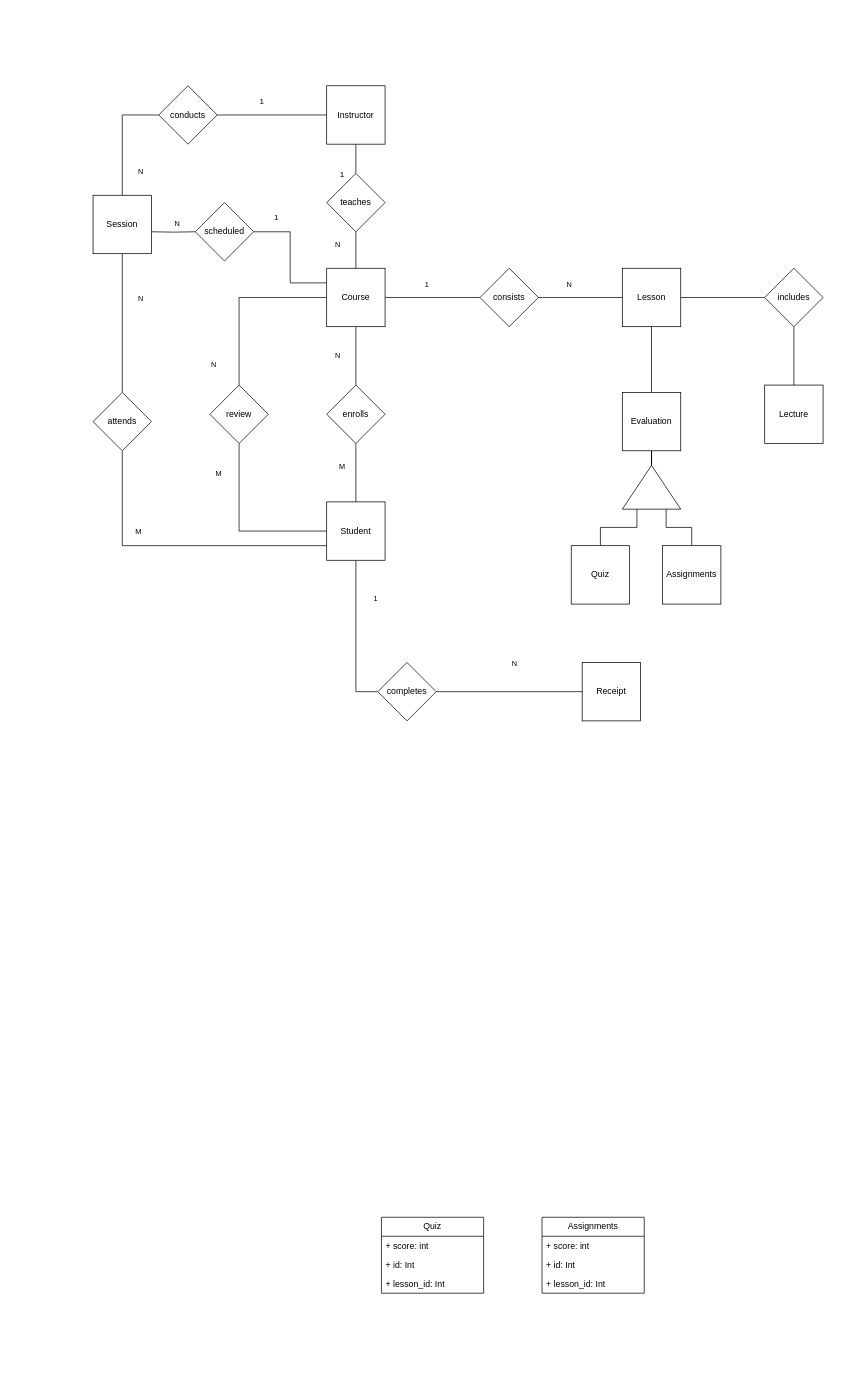
Above: ER.drawio in charisvt/edulink (draw.io), before the change. Source tidied: cells renumbered, new cells numbered last; positions are measured from the earlier drawing's top-left corner, leaving out a move shared by most shapes. Both pictures are drawn from the tidied source at 73%, with x=0, y=0 at pixel (93, 12).
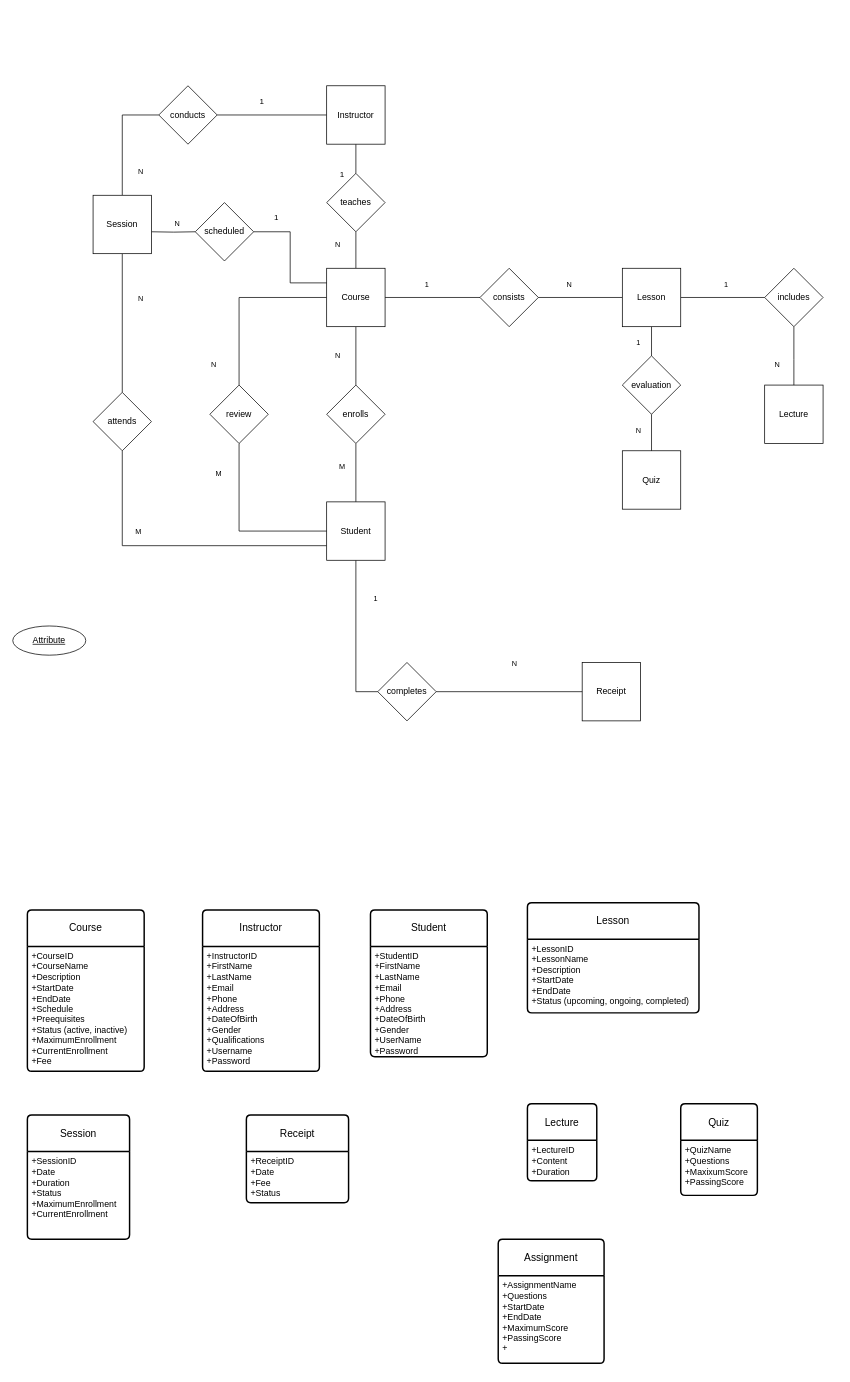
The same page after the edit.

Unchanged cells that the change refers to:
```xml
<mxCell id="13" value="Lesson" style="whiteSpace=wrap;html=1;" parent="1" vertex="1">
  <mxGeometry x="725" y="350" width="80" height="80" as="geometry" />
</mxCell>
```

The edit, as a diff of the source:
```diff
@@
+    <mxCell id="68" style="edgeStyle=orthogonalEdgeStyle;rounded=0;jettySize=auto;html=1;endArrow=none;endFill=0;" parent="1" edge="1" source="13" target="99">
+      <mxGeometry relative="1" as="geometry" />
+    </mxCell>
@@
-    <mxCell id="28" value="Quiz" style="swimlane;fontStyle=0;horizontal=1;startSize=26;fillColor=none;whiteSpace=wrap;html=1;" parent="1" vertex="1">
-      <mxGeometry x="395" y="1650" width="140" height="104" as="geometry" />
-    </mxCell>
-    <mxCell id="29" value="+ score: int" style="text;strokeColor=none;fillColor=none;align=left;verticalAlign=top;spacingLeft=4;spacingRight=4;overflow=hidden;whiteSpace=wrap;html=1;" parent="28" vertex="1">
-      <mxGeometry y="26" width="140" height="26" as="geometry" />
-    </mxCell>
-    <mxCell id="30" value="+ id: Int" style="text;strokeColor=none;fillColor=none;align=left;verticalAlign=top;spacingLeft=4;spacingRight=4;overflow=hidden;whiteSpace=wrap;html=1;" parent="28" vertex="1">
-      <mxGeometry y="52" width="140" height="26" as="geometry" />
-    </mxCell>
-    <mxCell id="31" value="+ lesson_id: Int" style="text;strokeColor=none;fillColor=none;align=left;verticalAlign=top;spacingLeft=4;spacingRight=4;overflow=hidden;whiteSpace=wrap;html=1;" parent="28" vertex="1">
-      <mxGeometry y="78" width="140" height="26" as="geometry" />
-    </mxCell>
-    <mxCell id="32" value="Assignments" style="swimlane;fontStyle=0;horizontal=1;startSize=26;fillColor=none;whiteSpace=wrap;html=1;" parent="1" vertex="1">
-      <mxGeometry x="615" y="1650" width="140" height="104" as="geometry" />
-    </mxCell>
-    <mxCell id="33" value="+ score: int" style="text;strokeColor=none;fillColor=none;align=left;verticalAlign=top;spacingLeft=4;spacingRight=4;overflow=hidden;whiteSpace=wrap;html=1;" parent="32" vertex="1">
-      <mxGeometry y="26" width="140" height="26" as="geometry" />
-    </mxCell>
-    <mxCell id="34" value="+ id: Int" style="text;strokeColor=none;fillColor=none;align=left;verticalAlign=top;spacingLeft=4;spacingRight=4;overflow=hidden;whiteSpace=wrap;html=1;" parent="32" vertex="1">
-      <mxGeometry y="52" width="140" height="26" as="geometry" />
-    </mxCell>
-    <mxCell id="35" value="+ lesson_id: Int" style="text;strokeColor=none;fillColor=none;align=left;verticalAlign=top;spacingLeft=4;spacingRight=4;overflow=hidden;whiteSpace=wrap;html=1;" parent="32" vertex="1">
-      <mxGeometry y="78" width="140" height="26" as="geometry" />
-    </mxCell>
@@
-    <mxCell id="45" style="edgeStyle=orthogonalEdgeStyle;rounded=0;jettySize=auto;html=1;exitX=1;exitY=0.5;exitDx=0;exitDy=0;endArrow=none;endFill=0;" parent="1" edge="1" source="46" target="50">
-      <mxGeometry relative="1" as="geometry" />
-    </mxCell>
-    <mxCell id="46" style="triangle;whiteSpace=wrap;html=1;direction=north;" parent="1" vertex="1">
-      <mxGeometry x="725" y="620" width="80" height="60" as="geometry" />
-    </mxCell>
-    <mxCell id="47" style="edgeStyle=orthogonalEdgeStyle;rounded=0;jettySize=auto;html=1;exitX=0;exitY=0.5;exitDx=0;exitDy=0;entryX=0;entryY=0.25;entryDx=0;entryDy=0;endArrow=none;endFill=0;" parent="1" edge="1" source="48" target="46">
-      <mxGeometry relative="1" as="geometry" />
-    </mxCell>
     <mxCell id="48" value="Quiz" style="whiteSpace=wrap;html=1;direction=south;" parent="1" vertex="1">
-      <mxGeometry x="655" y="730" width="80" height="80" as="geometry" />
+      <mxGeometry x="725" y="600" width="80" height="80" as="geometry" />
     </mxCell>
-    <mxCell id="49" style="edgeStyle=orthogonalEdgeStyle;rounded=0;jettySize=auto;html=1;endArrow=none;endFill=0;" parent="1" edge="1" source="50" target="13">
-      <mxGeometry relative="1" as="geometry" />
-    </mxCell>
-    <mxCell id="50" value="Evaluation" style="whiteSpace=wrap;html=1;" parent="1" vertex="1">
-      <mxGeometry x="725" y="520" width="80" height="80" as="geometry" />
-    </mxCell>
@@
-    <mxCell id="65" style="edgeStyle=orthogonalEdgeStyle;rounded=0;jettySize=auto;html=1;exitX=0.5;exitY=0;exitDx=0;exitDy=0;entryX=0;entryY=0.75;entryDx=0;entryDy=0;endArrow=none;endFill=0;" parent="1" edge="1" source="66" target="46">
-      <mxGeometry relative="1" as="geometry" />
-    </mxCell>
-    <mxCell id="66" value="Assignments" style="whiteSpace=wrap;html=1;" parent="1" vertex="1">
-      <mxGeometry x="780" y="730" width="80" height="80" as="geometry" />
-    </mxCell>
@@
+    <mxCell id="69" value="Instructor" style="swimlane;horizontal=1;startSize=50;rounded=1;fontSize=14;fontStyle=0;strokeWidth=2;shadow=0;dashed=0;align=center;arcSize=4;whiteSpace=wrap;html=1;" parent="1" vertex="1">
+      <mxGeometry x="150" y="1229" width="160" height="221" as="geometry" />
+    </mxCell>
+    <mxCell id="70" value="+InstructorID&lt;br&gt;+FirstName&lt;br&gt;+LastName&lt;br&gt;+Email&lt;br&gt;+Phone&lt;br&gt;+Address&lt;br&gt;+DateOfBirth&lt;br&gt;+Gender&lt;br&gt;+Qualifications&lt;br&gt;+Username&lt;br&gt;+Password" style="align=left;strokeColor=none;fillColor=none;spacingLeft=4;fontSize=12;verticalAlign=top;html=1;" parent="69" vertex="1">
+      <mxGeometry y="50" width="160" height="171" as="geometry" />
+    </mxCell>
+    <mxCell id="71" style="edgeStyle=orthogonalEdgeStyle;rounded=0;orthogonalLoop=1;jettySize=auto;html=1;exitX=0.5;exitY=1;exitDx=0;exitDy=0;" parent="69" edge="1" source="70" target="70">
+      <mxGeometry relative="1" as="geometry" />
+    </mxCell>
+    <mxCell id="72" value="Student" style="swimlane;horizontal=1;startSize=50;rounded=1;fontSize=14;fontStyle=0;strokeWidth=2;shadow=0;dashed=0;align=center;arcSize=4;whiteSpace=wrap;html=1;" parent="1" vertex="1">
+      <mxGeometry x="380" y="1229" width="160" height="201" as="geometry" />
+    </mxCell>
+    <mxCell id="73" value="+StudentID&lt;br&gt;+FirstName&lt;br&gt;+LastName&lt;br&gt;+Email&lt;br&gt;+Phone&lt;br&gt;+Address&lt;br&gt;+DateOfBirth&lt;br&gt;+Gender&lt;br&gt;+UserName&lt;br&gt;+Password" style="align=left;strokeColor=none;fillColor=none;spacingLeft=4;fontSize=12;verticalAlign=top;html=1;" parent="72" vertex="1">
+      <mxGeometry y="50" width="160" height="151" as="geometry" />
+    </mxCell>
+    <mxCell id="74" style="edgeStyle=orthogonalEdgeStyle;rounded=0;orthogonalLoop=1;jettySize=auto;html=1;exitX=0.5;exitY=1;exitDx=0;exitDy=0;" parent="72" edge="1" source="73" target="73">
+      <mxGeometry relative="1" as="geometry" />
+    </mxCell>
+    <mxCell id="75" value="Course" style="swimlane;horizontal=1;startSize=50;rounded=1;fontSize=14;fontStyle=0;strokeWidth=2;shadow=0;dashed=0;align=center;arcSize=4;whiteSpace=wrap;html=1;" parent="1" vertex="1">
+      <mxGeometry x="-90" y="1229" width="160" height="221" as="geometry" />
+    </mxCell>
+    <mxCell id="76" value="+CourseID&lt;br&gt;+CourseName&lt;br&gt;+Description&lt;br&gt;+StartDate&lt;br&gt;+EndDate&lt;br&gt;+Schedule&lt;br&gt;+Preequisites&lt;br&gt;+Status (active, inactive)&lt;br&gt;+MaximumEnrollment&lt;br&gt;+CurrentEnrollment&lt;br&gt;+Fee" style="align=left;strokeColor=none;fillColor=none;spacingLeft=4;fontSize=12;verticalAlign=top;html=1;" parent="75" vertex="1">
+      <mxGeometry y="50" width="160" height="171" as="geometry" />
+    </mxCell>
+    <mxCell id="77" style="edgeStyle=orthogonalEdgeStyle;rounded=0;orthogonalLoop=1;jettySize=auto;html=1;exitX=0.5;exitY=1;exitDx=0;exitDy=0;" parent="75" edge="1" source="76" target="76">
+      <mxGeometry relative="1" as="geometry" />
+    </mxCell>
+    <mxCell id="78" value="Attribute" style="ellipse;whiteSpace=wrap;html=1;align=center;fontStyle=4;" parent="1" vertex="1">
+      <mxGeometry x="-110" y="840" width="100" height="40" as="geometry" />
+    </mxCell>
+    <mxCell id="79" value="Lesson" style="swimlane;horizontal=1;startSize=50;rounded=1;fontSize=14;fontStyle=0;strokeWidth=2;shadow=0;dashed=0;align=center;arcSize=4;whiteSpace=wrap;html=1;" parent="1" vertex="1">
+      <mxGeometry x="595" y="1219" width="235" height="151" as="geometry" />
+    </mxCell>
+    <mxCell id="80" value="+LessonID&lt;br&gt;+LessonName&lt;br&gt;+Description&lt;br&gt;+StartDate&lt;br&gt;+EndDate&lt;br&gt;+Status (upcoming, ongoing, completed)" style="align=left;strokeColor=none;fillColor=none;spacingLeft=4;fontSize=12;verticalAlign=top;html=1;" parent="79" vertex="1">
+      <mxGeometry y="50" width="235" height="101" as="geometry" />
+    </mxCell>
+    <mxCell id="81" style="edgeStyle=orthogonalEdgeStyle;rounded=0;orthogonalLoop=1;jettySize=auto;html=1;exitX=0.5;exitY=1;exitDx=0;exitDy=0;" parent="79" edge="1" source="80" target="80">
+      <mxGeometry relative="1" as="geometry" />
+    </mxCell>
+    <mxCell id="82" value="Session" style="swimlane;horizontal=1;startSize=50;rounded=1;fontSize=14;fontStyle=0;strokeWidth=2;shadow=0;dashed=0;align=center;arcSize=4;whiteSpace=wrap;html=1;" parent="1" vertex="1">
+      <mxGeometry x="-90" y="1510" width="140" height="170" as="geometry" />
+    </mxCell>
+    <mxCell id="83" value="+SessionID&lt;br&gt;+Date&lt;br&gt;+Duration&lt;br&gt;+Status&lt;br&gt;+MaximumEnrollment&lt;br style=&quot;border-color: var(--border-color);&quot;&gt;+CurrentEnrollment" style="align=left;strokeColor=none;fillColor=none;spacingLeft=4;fontSize=12;verticalAlign=top;html=1;" parent="82" vertex="1">
+      <mxGeometry y="50" width="140" height="120" as="geometry" />
+    </mxCell>
+    <mxCell id="84" style="edgeStyle=orthogonalEdgeStyle;rounded=0;orthogonalLoop=1;jettySize=auto;html=1;exitX=0.5;exitY=1;exitDx=0;exitDy=0;" parent="82" edge="1" source="83" target="83">
+      <mxGeometry relative="1" as="geometry" />
+    </mxCell>
+    <mxCell id="85" value="Receipt" style="swimlane;horizontal=1;startSize=50;rounded=1;fontSize=14;fontStyle=0;strokeWidth=2;shadow=0;dashed=0;align=center;arcSize=4;whiteSpace=wrap;html=1;" parent="1" vertex="1">
+      <mxGeometry x="210" y="1510" width="140" height="120" as="geometry" />
+    </mxCell>
+    <mxCell id="86" value="+ReceiptID&lt;br&gt;+Date&lt;br&gt;+Fee&lt;br&gt;+Status&lt;br&gt;" style="align=left;strokeColor=none;fillColor=none;spacingLeft=4;fontSize=12;verticalAlign=top;html=1;" parent="85" vertex="1">
+      <mxGeometry y="50" width="140" height="70" as="geometry" />
+    </mxCell>
+    <mxCell id="87" style="edgeStyle=orthogonalEdgeStyle;rounded=0;orthogonalLoop=1;jettySize=auto;html=1;exitX=0.5;exitY=1;exitDx=0;exitDy=0;" parent="85" edge="1" source="86" target="86">
+      <mxGeometry relative="1" as="geometry" />
+    </mxCell>
+    <mxCell id="88" value="Lecture" style="swimlane;horizontal=1;startSize=50;rounded=1;fontSize=14;fontStyle=0;strokeWidth=2;shadow=0;dashed=0;align=center;arcSize=4;whiteSpace=wrap;html=1;" parent="1" vertex="1">
+      <mxGeometry x="595" y="1494.5" width="95" height="105.5" as="geometry" />
+    </mxCell>
+    <mxCell id="89" value="+LectureID&lt;br&gt;+Content&lt;br&gt;+Duration" style="align=left;strokeColor=none;fillColor=none;spacingLeft=4;fontSize=12;verticalAlign=top;html=1;" parent="88" vertex="1">
+      <mxGeometry y="50" width="95" height="55.5" as="geometry" />
+    </mxCell>
+    <mxCell id="90" style="edgeStyle=orthogonalEdgeStyle;rounded=0;orthogonalLoop=1;jettySize=auto;html=1;exitX=0.5;exitY=1;exitDx=0;exitDy=0;" parent="88" edge="1" source="89" target="89">
+      <mxGeometry relative="1" as="geometry" />
+    </mxCell>
+    <mxCell id="91" value="&lt;font size=&quot;1&quot;&gt;1&lt;br&gt;&lt;/font&gt;" style="edgeLabel;html=1;align=center;verticalAlign=middle;" parent="1" vertex="1">
+      <mxGeometry x="950" y="280" as="geometry">
+        <mxPoint x="-84" y="91" as="offset" />
+      </mxGeometry>
+    </mxCell>
+    <mxCell id="92" value="&lt;font size=&quot;1&quot;&gt;N&lt;br&gt;&lt;/font&gt;" style="edgeLabel;html=1;align=center;verticalAlign=middle;" parent="1" vertex="1">
+      <mxGeometry x="1020" y="390" as="geometry">
+        <mxPoint x="-84" y="91" as="offset" />
+      </mxGeometry>
+    </mxCell>
+    <mxCell id="28" value="Quiz" style="swimlane;horizontal=1;startSize=50;rounded=1;fontSize=14;fontStyle=0;strokeWidth=2;shadow=0;dashed=0;align=center;arcSize=4;whiteSpace=wrap;html=1;" parent="1" vertex="1">
+      <mxGeometry x="805" y="1494.5" width="105" height="125.5" as="geometry" />
+    </mxCell>
+    <mxCell id="93" value="+QuizName&lt;br&gt;+Questions&lt;br&gt;+MaxixumScore&lt;br&gt;+PassingScore" style="align=left;strokeColor=none;fillColor=none;spacingLeft=4;fontSize=12;verticalAlign=top;html=1;" parent="28" vertex="1">
+      <mxGeometry y="50" width="105" height="75.5" as="geometry" />
+    </mxCell>
+    <mxCell id="94" style="edgeStyle=orthogonalEdgeStyle;rounded=0;orthogonalLoop=1;jettySize=auto;html=1;exitX=0.5;exitY=1;exitDx=0;exitDy=0;" parent="28" edge="1" source="93" target="93">
+      <mxGeometry relative="1" as="geometry" />
+    </mxCell>
+    <mxCell id="95" value="Assignment" style="swimlane;horizontal=1;startSize=50;rounded=1;fontSize=14;fontStyle=0;strokeWidth=2;shadow=0;dashed=0;align=center;arcSize=4;whiteSpace=wrap;html=1;" parent="1" vertex="1">
+      <mxGeometry x="555" y="1680" width="145" height="170" as="geometry" />
+    </mxCell>
+    <mxCell id="96" value="+AssignmentName&lt;br&gt;+Questions&lt;br&gt;+StartDate&lt;br style=&quot;border-color: var(--border-color);&quot;&gt;+EndDate&lt;br&gt;+MaximumScore&lt;br&gt;+PassingScore&lt;br&gt;+" style="align=left;strokeColor=none;fillColor=none;spacingLeft=4;fontSize=12;verticalAlign=top;html=1;" parent="95" vertex="1">
+      <mxGeometry y="50" width="145" height="120" as="geometry" />
+    </mxCell>
+    <mxCell id="97" style="edgeStyle=orthogonalEdgeStyle;rounded=0;orthogonalLoop=1;jettySize=auto;html=1;exitX=0.5;exitY=1;exitDx=0;exitDy=0;" parent="95" edge="1" source="96" target="96">
+      <mxGeometry relative="1" as="geometry" />
+    </mxCell>
+    <mxCell id="98" style="edgeStyle=orthogonalEdgeStyle;rounded=0;jettySize=auto;html=1;entryX=0;entryY=0.5;entryDx=0;entryDy=0;endArrow=none;endFill=0;" parent="1" edge="1" source="99" target="48">
+      <mxGeometry relative="1" as="geometry" />
+    </mxCell>
+    <mxCell id="99" value="evaluation" style="rhombus;whiteSpace=wrap;html=1;" parent="1" vertex="1">
+      <mxGeometry x="725" y="470" width="80" height="80" as="geometry" />
+    </mxCell>
+    <mxCell id="100" value="&lt;font size=&quot;1&quot;&gt;1&lt;br&gt;&lt;/font&gt;" style="edgeLabel;html=1;align=center;verticalAlign=middle;" parent="1" vertex="1">
+      <mxGeometry x="830" y="360" as="geometry">
+        <mxPoint x="-84" y="91" as="offset" />
+      </mxGeometry>
+    </mxCell>
+    <mxCell id="101" value="&lt;font size=&quot;1&quot;&gt;N&lt;br&gt;&lt;/font&gt;" style="edgeLabel;html=1;align=center;verticalAlign=middle;" parent="1" vertex="1">
+      <mxGeometry x="830" y="480" as="geometry">
+        <mxPoint x="-84" y="91" as="offset" />
+      </mxGeometry>
+    </mxCell>
```
